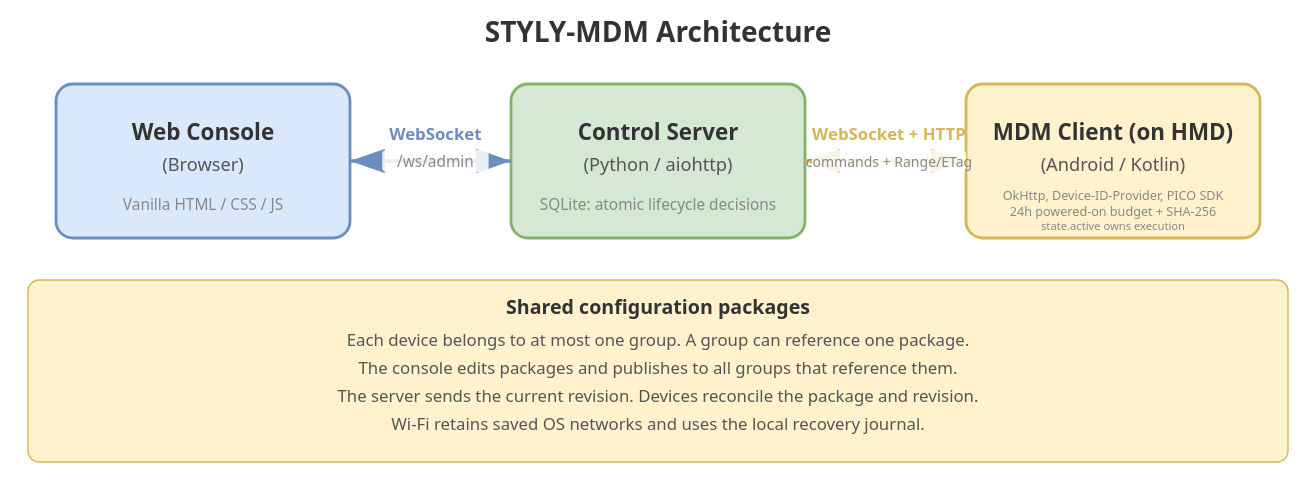
Before: docs/architecture.drawio.svg, a diagram exported from draw.io (styly-dev/STYLY-MDM). Source tidied: cells renumbered, new cells last; positions are measured from the earlier drawing's top-left corner, leaving out a move shared by most shapes.
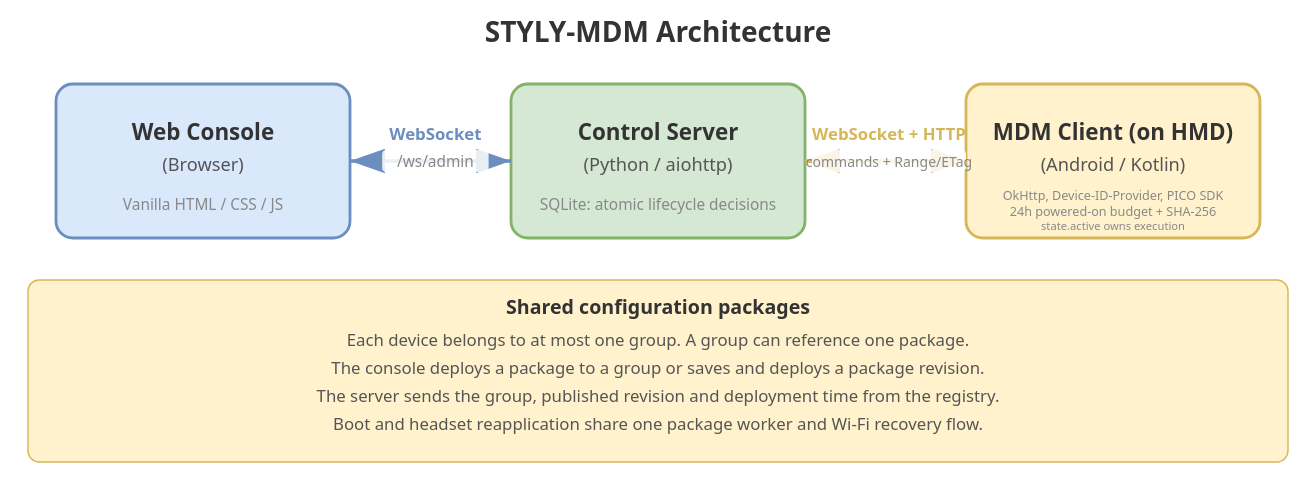
After the change.

Diff of the diagram source:
```diff
@@ -44,7 +44,7 @@
     <mxCell id="15" value="&lt;font style=&quot;font-size:16px&quot;&gt;&lt;b&gt;STYLY-MDM Architecture&lt;/b&gt;&lt;/font&gt;" style="text;html=1;align=center;verticalAlign=middle;" parent="1" vertex="1">
       <mxGeometry x="330" width="240" height="40" as="geometry" />
     </mxCell>
-    <mxCell id="16" value="&lt;b&gt;Shared configuration packages&lt;/b&gt;&lt;br&gt;Each device belongs to at most one group. A group can reference one package.&lt;br&gt;The console edits packages and publishes to all groups that reference them.&lt;br&gt;The server sends the current revision. Devices reconcile the package and revision.&lt;br&gt;Wi-Fi retains saved OS networks and uses the local recovery journal." style="rounded=1;whiteSpace=wrap;html=1;fillColor=#fff2cc;strokeColor=#d6b656;fontSize=12;align=center;" parent="1" vertex="1">
+    <mxCell id="16" value="&lt;b&gt;Shared configuration packages&lt;/b&gt;&lt;br&gt;Each device belongs to at most one group. A group can reference one package.&lt;br&gt;The console deploys a package to a group or saves and deploys a package revision.&lt;br&gt;The server sends the group, published revision and deployment time from the registry.&lt;br&gt;Boot and headset reapplication share one package worker and Wi-Fi recovery flow." style="rounded=1;whiteSpace=wrap;html=1;fillColor=#fff2cc;strokeColor=#d6b656;fontSize=12;align=center;" parent="1" vertex="1">
       <mxGeometry y="180" width="900" height="130" as="geometry" />
     </mxCell>
   </root>
```
